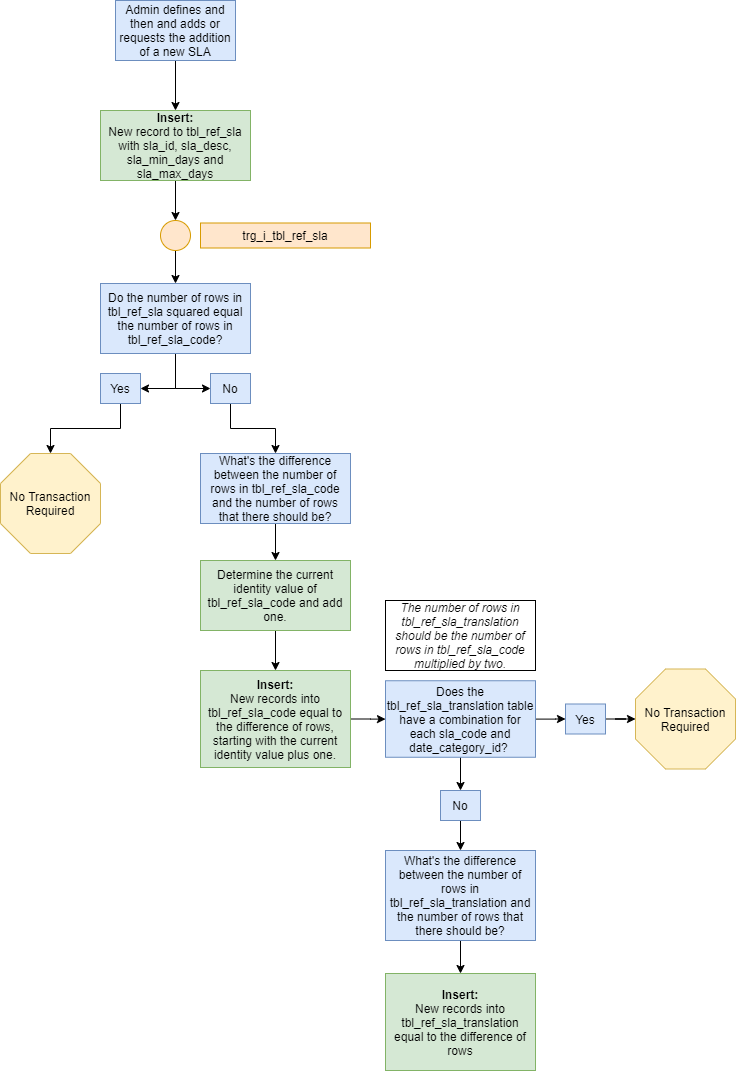
Above: images/diagram5.png in NYC-Parks/SLADB (draw.io), before the change. Source tidied: cells renumbered, new cells last; positions are measured from the earlier drawing's top-left corner, leaving out a move shared by most shapes.
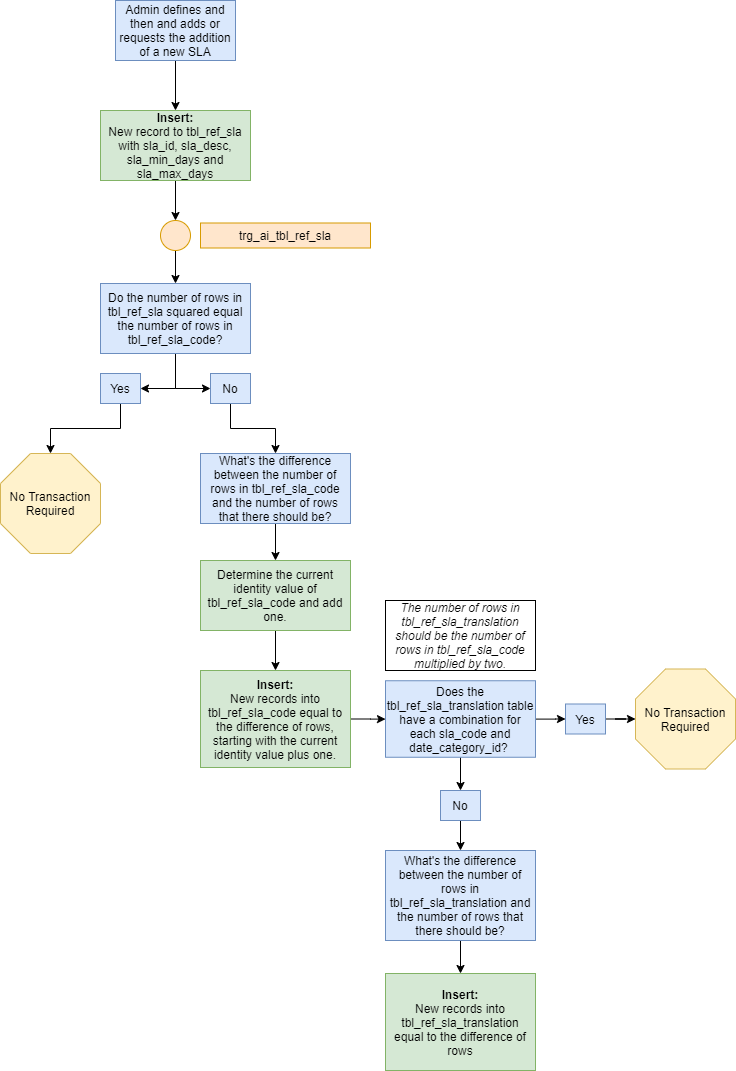
The same file after the commit.

Change to the diagram source:
```diff
@@ -55,7 +55,7 @@
     <mxCell id="18" style="ellipse;whiteSpace=wrap;html=1;fillColor=#ffe6cc;strokeColor=#d79b00;" parent="1" vertex="1">
       <mxGeometry x="160" y="220" width="30" height="30" as="geometry" />
     </mxCell>
-    <mxCell id="19" value="trg_i_tbl_ref_sla" style="rounded=0;whiteSpace=wrap;html=1;fillColor=#ffe6cc;strokeColor=#d79b00;" parent="1" vertex="1">
+    <mxCell id="19" value="trg_ai_tbl_ref_sla" style="rounded=0;whiteSpace=wrap;html=1;fillColor=#ffe6cc;strokeColor=#d79b00;" parent="1" vertex="1">
       <mxGeometry x="200" y="222.5" width="170" height="25" as="geometry" />
     </mxCell>
     <mxCell id="20" value="No Transaction Required" style="whiteSpace=wrap;html=1;shape=mxgraph.basic.octagon2;align=center;verticalAlign=middle;dx=15;fillColor=#fff2cc;strokeColor=#d6b656;" parent="1" vertex="1">
```
